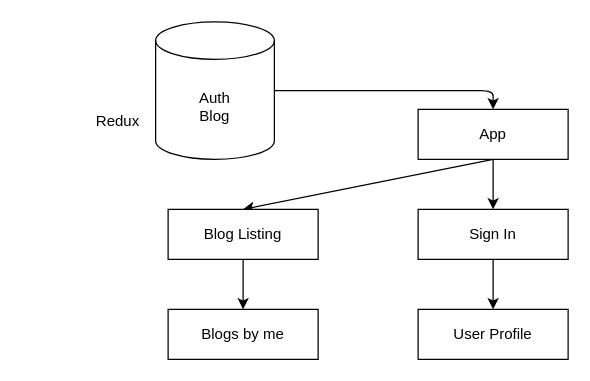
The draw.io diagram page "How Redux solve store issue" (2 of 5) of src/diagram/redux.drawio in shashankshetty1996/redux-learning, before the edit. Source tidied: cells renumbered, new cells numbered last; positions are measured from the earlier drawing's top-left corner, leaving out a move shared by most shapes. Both pictures are drawn from the tidied source at 125%, with x=0, y=0 at pixel (92, 21).
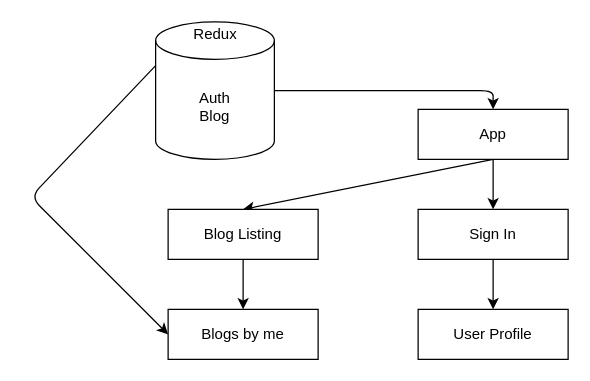
Above is the later version.

Change to the diagram source:
```diff
@@
 <mxGraphModel>
   <root>
     <mxCell id="0" />
     <mxCell id="1" parent="0" />
     <mxCell id="2" style="edgeStyle=orthogonalEdgeStyle;rounded=1;html=1;exitX=1;exitY=0.5;exitDx=0;exitDy=0;exitPerimeter=0;entryX=0.5;entryY=0;entryDx=0;entryDy=0;" parent="1" edge="1" source="3" target="6">
       <mxGeometry relative="1" as="geometry" />
     </mxCell>
+    <mxCell id="14" style="edgeStyle=none;html=1;exitX=0;exitY=0;exitDx=0;exitDy=35;exitPerimeter=0;entryX=0;entryY=0.5;entryDx=0;entryDy=0;" parent="1" edge="1" source="3" target="10">
+      <mxGeometry relative="1" as="geometry">
+        <Array as="points">
+          <mxPoint x="-50" y="140" />
+        </Array>
+      </mxGeometry>
+    </mxCell>
     <mxCell id="3" value="Auth&lt;br&gt;Blog" style="shape=cylinder3;whiteSpace=wrap;html=1;boundedLbl=1;backgroundOutline=1;size=15;" parent="1" vertex="1">
       <mxGeometry x="50" width="95" height="110" as="geometry" />
     </mxCell>
     <mxCell id="4" style="edgeStyle=none;html=1;exitX=0.5;exitY=1;exitDx=0;exitDy=0;entryX=0.5;entryY=0;entryDx=0;entryDy=0;" parent="1" edge="1" source="6" target="8">
       <mxGeometry relative="1" as="geometry" />
     </mxCell>
     <mxCell id="5" style="edgeStyle=none;html=1;exitX=0.5;exitY=1;exitDx=0;exitDy=0;entryX=0.5;entryY=0;entryDx=0;entryDy=0;" parent="1" edge="1" source="6" target="9">
       <mxGeometry relative="1" as="geometry" />
     </mxCell>
     <mxCell id="6" value="App" style="rounded=0;whiteSpace=wrap;html=1;" parent="1" vertex="1">
       <mxGeometry x="260" y="70" width="120" height="40" as="geometry" />
     </mxCell>
     <mxCell id="7" style="edgeStyle=none;html=1;exitX=0.5;exitY=1;exitDx=0;exitDy=0;" parent="1" edge="1" source="8" target="10">
       <mxGeometry relative="1" as="geometry" />
     </mxCell>
     <mxCell id="8" value="Blog Listing" style="rounded=0;whiteSpace=wrap;html=1;" parent="1" vertex="1">
       <mxGeometry x="60" y="150" width="120" height="40" as="geometry" />
     </mxCell>
     <mxCell id="9" value="Sign In" style="rounded=0;whiteSpace=wrap;html=1;" parent="1" vertex="1">
       <mxGeometry x="260" y="150" width="120" height="40" as="geometry" />
     </mxCell>
     <mxCell id="10" value="Blogs by me" style="rounded=0;whiteSpace=wrap;html=1;" parent="1" vertex="1">
       <mxGeometry x="60" y="230" width="120" height="40" as="geometry" />
     </mxCell>
     <mxCell id="11" style="edgeStyle=none;html=1;exitX=0.5;exitY=1;exitDx=0;exitDy=0;entryX=0.5;entryY=0;entryDx=0;entryDy=0;" parent="1" edge="1" target="12">
       <mxGeometry relative="1" as="geometry">
         <mxPoint x="320" y="190" as="sourcePoint" />
       </mxGeometry>
     </mxCell>
     <mxCell id="12" value="User Profile" style="rounded=0;whiteSpace=wrap;html=1;" parent="1" vertex="1">
       <mxGeometry x="260" y="230" width="120" height="40" as="geometry" />
     </mxCell>
     <mxCell id="13" value="Redux" style="text;html=1;strokeColor=none;fillColor=none;align=center;verticalAlign=middle;whiteSpace=wrap;rounded=0;" parent="1" vertex="1">
-      <mxGeometry y="70" width="40" height="20" as="geometry" />
+      <mxGeometry x="77.5" width="40" height="20" as="geometry" />
     </mxCell>
   </root>
 </mxGraphModel>
```
